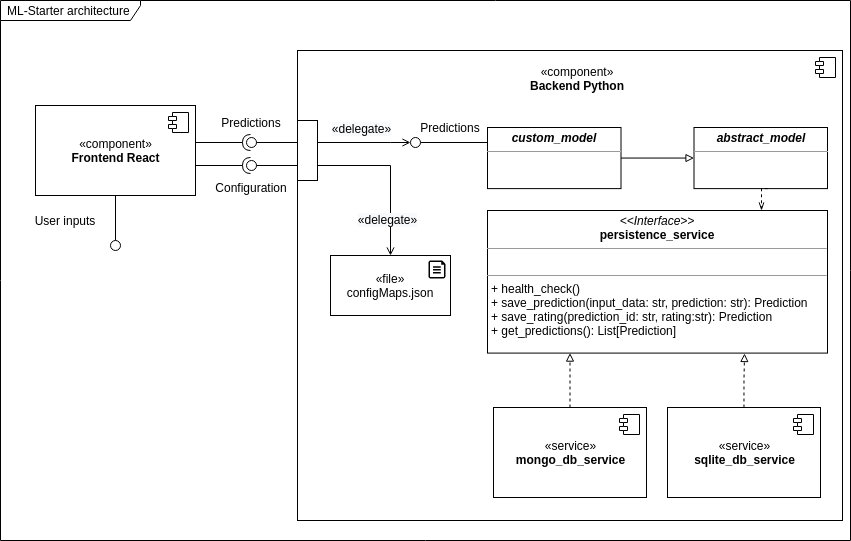
Above: docs/images/architecture.png in loki344/ml-starter (draw.io), before the change. Source tidied: cells renumbered, new cells last; positions are measured from the earlier drawing's top-left corner, leaving out a move shared by most shapes.
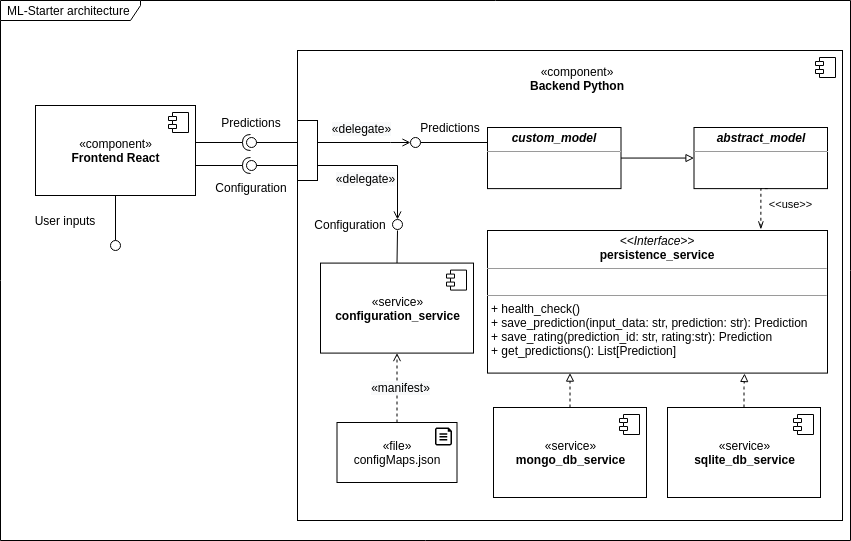
After the commit.

What changed in the source:
```diff
@@ -2,6 +2,9 @@
   <root>
     <mxCell id="0" />
     <mxCell id="1" parent="0" />
+    <mxCell id="40" value="ML-Starter architecture" style="shape=umlFrame;whiteSpace=wrap;html=1;width=140;height=20;boundedLbl=1;verticalAlign=middle;align=left;spacingLeft=5;fillColor=none;" parent="1" vertex="1">
+      <mxGeometry width="850" height="540" as="geometry" />
+    </mxCell>
     <mxCell id="2" value="&lt;b&gt;&lt;br&gt;&lt;/b&gt;" style="html=1;" parent="1" vertex="1">
       <mxGeometry x="297" y="50" width="545" height="470" as="geometry" />
     </mxCell>
@@ -87,16 +90,16 @@
         <mxPoint x="250" y="165" as="targetPoint" />
       </mxGeometry>
     </mxCell>
-    <mxCell id="22" style="endArrow=open;html=1;exitX=1;exitY=0.75;exitDx=0;exitDy=0;entryX=0.5;entryY=0;entryDx=0;entryDy=0;rounded=0;endFill=0;" parent="1" edge="1" source="11" target="29">
+    <mxCell id="22" style="endArrow=open;html=1;exitX=1;exitY=0.75;exitDx=0;exitDy=0;rounded=0;endFill=0;" parent="1" edge="1" source="11" target="46">
       <mxGeometry relative="1" as="geometry">
         <Array as="points">
-          <mxPoint x="390" y="165" />
+          <mxPoint x="397" y="165" />
         </Array>
       </mxGeometry>
     </mxCell>
     <mxCell id="23" value="&lt;span style=&quot;font-size: 12px ; background-color: rgb(248 , 249 , 250)&quot;&gt;«delegate»&lt;/span&gt;" style="edgeLabel;html=1;align=center;verticalAlign=middle;" parent="22" vertex="1">
       <mxGeometry x="-0.14" y="1" relative="1" as="geometry">
-        <mxPoint x="-1" y="54" as="offset" />
+        <mxPoint x="-11" y="13" as="offset" />
       </mxGeometry>
     </mxCell>
     <mxCell id="24" value="&lt;span&gt;«component»&lt;/span&gt;&lt;br&gt;&lt;b&gt;Backend Python&lt;/b&gt;" style="text;html=1;strokeColor=none;fillColor=none;align=center;verticalAlign=middle;whiteSpace=wrap;rounded=0;" parent="1" vertex="1">
@@ -106,10 +109,10 @@
       <mxGeometry x="693.5" y="127" width="133.5" height="61.1" as="geometry" />
     </mxCell>
     <mxCell id="26" value="&lt;p style=&quot;margin: 0px ; margin-top: 4px ; text-align: center&quot;&gt;&lt;i&gt;&amp;lt;&amp;lt;Interface&amp;gt;&amp;gt;&lt;/i&gt;&lt;br&gt;&lt;b&gt;persistence_service&lt;/b&gt;&lt;/p&gt;&lt;hr size=&quot;1&quot;&gt;&lt;p style=&quot;margin: 0px ; margin-left: 4px&quot;&gt;&lt;br&gt;&lt;/p&gt;&lt;hr size=&quot;1&quot;&gt;&lt;p style=&quot;margin: 0px ; margin-left: 4px&quot;&gt;+ health_check()&lt;br&gt;+ save_prediction(input_data: str, prediction: str): Prediction&lt;/p&gt;&lt;p style=&quot;margin: 0px ; margin-left: 4px&quot;&gt;+ save_rating(prediction_id: str, rating:str): Prediction&lt;/p&gt;&lt;p style=&quot;margin: 0px ; margin-left: 4px&quot;&gt;+ get_predictions(): List[Prediction]&lt;/p&gt;" style="verticalAlign=top;align=left;overflow=fill;fontSize=12;fontFamily=Helvetica;html=1;" parent="1" vertex="1">
-      <mxGeometry x="487" y="210" width="340" height="142.6" as="geometry" />
+      <mxGeometry x="487" y="230" width="340" height="142.6" as="geometry" />
     </mxCell>
     <mxCell id="27" style="group;" parent="1" vertex="1">
-      <mxGeometry x="330" y="255" width="120" height="60" as="geometry" />
+      <mxGeometry x="336.5" y="422" width="120" height="60" as="geometry" />
     </mxCell>
     <mxCell id="28" style="shadow=0;dashed=0;html=1;strokeColor=none;labelPosition=center;verticalLabelPosition=bottom;verticalAlign=top;align=center;shape=mxgraph.azure.file;fillColor=#000000;" parent="27" vertex="1">
       <mxGeometry x="98" y="4.9" width="17" height="18.1" as="geometry" />
@@ -148,15 +151,19 @@
         <mxPoint x="3" y="-14" as="offset" />
       </mxGeometry>
     </mxCell>
-    <mxCell id="37" style="edgeStyle=orthogonalEdgeStyle;rounded=0;orthogonalLoop=1;jettySize=auto;html=1;dashed=1;endArrow=openThin;endFill=0;exitX=0.5;exitY=1;exitDx=0;exitDy=0;" parent="1" edge="1">
+    <mxCell id="37" style="edgeStyle=orthogonalEdgeStyle;rounded=0;jettySize=auto;html=1;dashed=1;endArrow=openThin;endFill=0;exitX=0.5;exitY=1;exitDx=0;exitDy=0;entryX=0.804;entryY=-0.008;entryDx=0;entryDy=0;entryPerimeter=0;" parent="1" edge="1" target="26">
       <mxGeometry relative="1" as="geometry">
         <mxPoint x="767.2" y="188.1" as="sourcePoint" />
-        <mxPoint x="761" y="210" as="targetPoint" />
         <Array as="points">
-          <mxPoint x="761" y="188" />
+          <mxPoint x="760" y="188" />
         </Array>
       </mxGeometry>
     </mxCell>
+    <mxCell id="41" value="&amp;lt;&amp;lt;use&amp;gt;&amp;gt;" style="edgeLabel;html=1;align=center;verticalAlign=middle;" parent="37" vertex="1">
+      <mxGeometry x="-0.08" relative="1" as="geometry">
+        <mxPoint x="29" as="offset" />
+      </mxGeometry>
+    </mxCell>
     <mxCell id="38" value="«component»&lt;br&gt;&lt;b&gt;Frontend React&lt;br&gt;&lt;/b&gt;" style="html=1;" parent="1" vertex="1">
       <mxGeometry x="35" y="105" width="160" height="90" as="geometry" />
     </mxCell>
@@ -165,8 +172,37 @@
         <mxPoint x="-27" y="7" as="offset" />
       </mxGeometry>
     </mxCell>
-    <mxCell id="40" value="ML-Starter architecture" style="shape=umlFrame;whiteSpace=wrap;html=1;width=140;height=20;boundedLbl=1;verticalAlign=middle;align=left;spacingLeft=5;fillColor=none;" parent="1" vertex="1">
-      <mxGeometry width="850" height="540" as="geometry" />
-    </mxCell>
+    <mxCell id="42" style="edgeStyle=orthogonalEdgeStyle;rounded=0;jettySize=auto;html=1;exitX=0.5;exitY=0;exitDx=0;exitDy=0;endArrow=none;endFill=0;" parent="1" edge="1" source="43">
+      <mxGeometry relative="1" as="geometry">
+        <mxPoint x="397" y="230" as="targetPoint" />
+      </mxGeometry>
+    </mxCell>
+    <mxCell id="43" value="«service»&lt;br&gt;&lt;b&gt;configuration_service&lt;br&gt;&lt;/b&gt;" style="html=1;" parent="1" vertex="1">
+      <mxGeometry x="320" y="262.6" width="153" height="90" as="geometry" />
+    </mxCell>
+    <mxCell id="44" style="shape=module;jettyWidth=8;jettyHeight=4;" parent="43" vertex="1">
+      <mxGeometry x="1" width="20" height="20" relative="1" as="geometry">
+        <mxPoint x="-27" y="7" as="offset" />
+      </mxGeometry>
+    </mxCell>
+    <mxCell id="45" style="edgeStyle=orthogonalEdgeStyle;rounded=0;jettySize=auto;html=1;dashed=1;endArrow=open;endFill=0;" parent="1" edge="1" source="29" target="43">
+      <mxGeometry relative="1" as="geometry">
+        <Array as="points">
+          <mxPoint x="397" y="390" />
+          <mxPoint x="397" y="390" />
+        </Array>
+      </mxGeometry>
+    </mxCell>
+    <mxCell id="46" style="ellipse;whiteSpace=wrap;html=1;fontFamily=Helvetica;fontSize=12;fontColor=#000000;align=center;strokeColor=#000000;fillColor=#ffffff;points=[];" parent="1" vertex="1">
+      <mxGeometry x="392" y="219" width="10" height="10" as="geometry" />
+    </mxCell>
+    <mxCell id="47" value="Configuration" style="text;html=1;strokeColor=none;fillColor=none;align=center;verticalAlign=middle;whiteSpace=wrap;rounded=0;" parent="1" vertex="1">
+      <mxGeometry x="330" y="214" width="40" height="20" as="geometry" />
+    </mxCell>
+    <mxCell id="48" value="&lt;span style=&quot;font-size: 12px ; background-color: rgb(248 , 249 , 250)&quot;&gt;«manifest»&lt;/span&gt;" style="edgeLabel;html=1;align=center;verticalAlign=middle;" parent="1" vertex="1">
+      <mxGeometry x="370" y="187" as="geometry">
+        <mxPoint x="30" y="199" as="offset" />
+      </mxGeometry>
+    </mxCell>
   </root>
 </mxGraphModel>
```
